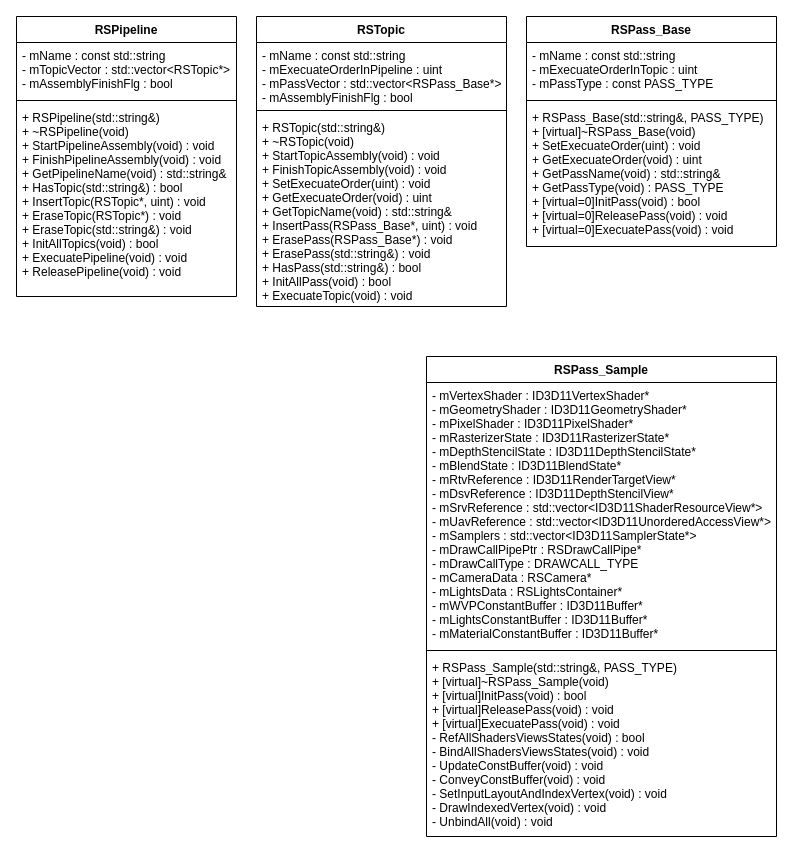
Above: page "Pipeline" (5 of 5) of Render.drawio in HIBICUS-CAI/PreWorkRenderEngine (draw.io), before the change. Source tidied: cells renumbered, new cells numbered last; positions are measured from the earlier drawing's top-left corner, leaving out a move shared by most shapes. Both pictures are drawn from the tidied source at 100%, with x=0, y=0 at pixel (16, 16).
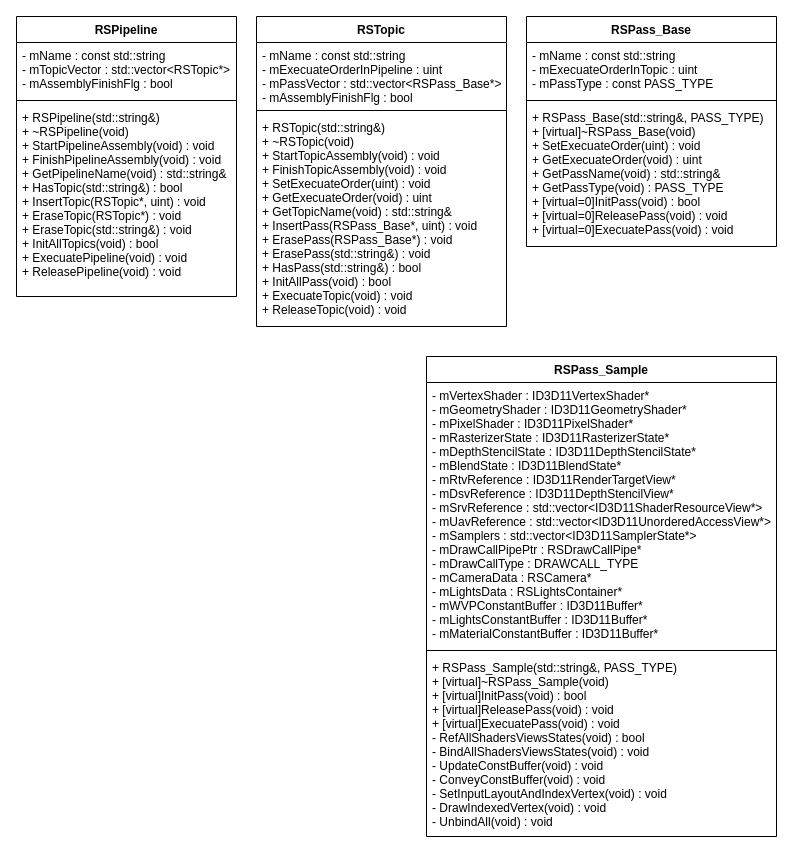
After the change.

The edit, as a diff of the source:
```diff
@@
 <mxGraphModel>
   <root>
     <mxCell id="0" />
     <mxCell id="1" parent="0" />
     <mxCell id="2" value="RSPipeline" style="swimlane;fontStyle=1;align=center;verticalAlign=top;horizontal=1;startSize=26;" parent="1" vertex="1">
       <mxGeometry width="220" height="280" as="geometry" />
     </mxCell>
     <mxCell id="3" value="- mName : const std::string&#10;- mTopicVector : std::vector&lt;RSTopic*&gt;&#10;- mAssemblyFinishFlg : bool" style="text;strokeColor=none;fillColor=none;align=left;verticalAlign=top;spacingLeft=4;spacingRight=4;overflow=hidden;" parent="2" vertex="1">
       <mxGeometry y="26" width="220" height="54" as="geometry" />
     </mxCell>
     <mxCell id="4" style="line;strokeWidth=1;fillColor=none;align=left;verticalAlign=middle;spacingTop=-1;spacingLeft=3;spacingRight=3;labelPosition=right;" parent="2" vertex="1">
       <mxGeometry y="80" width="220" height="8" as="geometry" />
     </mxCell>
     <mxCell id="5" value="+ RSPipeline(std::string&amp;)&#10;+ ~RSPipeline(void)&#10;+ StartPipelineAssembly(void) : void&#10;+ FinishPipelineAssembly(void) : void&#10;+ GetPipelineName(void) : std::string&amp;&#10;+ HasTopic(std::string&amp;) : bool&#10;+ InsertTopic(RSTopic*, uint) : void&#10;+ EraseTopic(RSTopic*) : void&#10;+ EraseTopic(std::string&amp;) : void&#10;+ InitAllTopics(void) : bool&#10;+ ExecuatePipeline(void) : void&#10;+ ReleasePipeline(void) : void" style="text;strokeColor=none;fillColor=none;align=left;verticalAlign=top;spacingLeft=4;spacingRight=4;overflow=hidden;" parent="2" vertex="1">
       <mxGeometry y="88" width="220" height="192" as="geometry" />
     </mxCell>
     <mxCell id="6" value="RSTopic" style="swimlane;fontStyle=1;align=center;verticalAlign=top;horizontal=1;startSize=26;" parent="1" vertex="1">
-      <mxGeometry x="240" width="250" height="290" as="geometry" />
+      <mxGeometry x="240" width="250" height="310" as="geometry" />
     </mxCell>
     <mxCell id="7" value="- mName : const std::string&#10;- mExecuateOrderInPipeline : uint&#10;- mPassVector : std::vector&lt;RSPass_Base*&gt;&#10;- mAssemblyFinishFlg : bool" style="text;strokeColor=none;fillColor=none;align=left;verticalAlign=top;spacingLeft=4;spacingRight=4;overflow=hidden;" parent="6" vertex="1">
       <mxGeometry y="26" width="250" height="64" as="geometry" />
     </mxCell>
     <mxCell id="8" style="line;strokeWidth=1;fillColor=none;align=left;verticalAlign=middle;spacingTop=-1;spacingLeft=3;spacingRight=3;labelPosition=right;" parent="6" vertex="1">
       <mxGeometry y="90" width="250" height="8" as="geometry" />
     </mxCell>
-    <mxCell id="9" value="+ RSTopic(std::string&amp;)&#10;+ ~RSTopic(void)&#10;+ StartTopicAssembly(void) : void&#10;+ FinishTopicAssembly(void) : void&#10;+ SetExecuateOrder(uint) : void&#10;+ GetExecuateOrder(void) : uint&#10;+ GetTopicName(void) : std::string&amp;&#10;+ InsertPass(RSPass_Base*, uint) : void&#10;+ ErasePass(RSPass_Base*) : void&#10;+ ErasePass(std::string&amp;) : void&#10;+ HasPass(std::string&amp;) : bool&#10;+ InitAllPass(void) : bool&#10;+ ExecuateTopic(void) : void" style="text;strokeColor=none;fillColor=none;align=left;verticalAlign=top;spacingLeft=4;spacingRight=4;overflow=hidden;" parent="6" vertex="1">
-      <mxGeometry y="98" width="250" height="192" as="geometry" />
+    <mxCell id="9" value="+ RSTopic(std::string&amp;)&#10;+ ~RSTopic(void)&#10;+ StartTopicAssembly(void) : void&#10;+ FinishTopicAssembly(void) : void&#10;+ SetExecuateOrder(uint) : void&#10;+ GetExecuateOrder(void) : uint&#10;+ GetTopicName(void) : std::string&amp;&#10;+ InsertPass(RSPass_Base*, uint) : void&#10;+ ErasePass(RSPass_Base*) : void&#10;+ ErasePass(std::string&amp;) : void&#10;+ HasPass(std::string&amp;) : bool&#10;+ InitAllPass(void) : bool&#10;+ ExecuateTopic(void) : void&#10;+ ReleaseTopic(void) : void" style="text;strokeColor=none;fillColor=none;align=left;verticalAlign=top;spacingLeft=4;spacingRight=4;overflow=hidden;" parent="6" vertex="1">
+      <mxGeometry y="98" width="250" height="212" as="geometry" />
     </mxCell>
     <mxCell id="10" value="RSPass_Base" style="swimlane;fontStyle=1;align=center;verticalAlign=top;horizontal=1;startSize=26;" parent="1" vertex="1">
       <mxGeometry x="510" width="250" height="230" as="geometry" />
     </mxCell>
     <mxCell id="11" value="- mName : const std::string&#10;- mExecuateOrderInTopic : uint&#10;- mPassType : const PASS_TYPE" style="text;strokeColor=none;fillColor=none;align=left;verticalAlign=top;spacingLeft=4;spacingRight=4;overflow=hidden;" parent="10" vertex="1">
       <mxGeometry y="26" width="250" height="54" as="geometry" />
     </mxCell>
     <mxCell id="12" style="line;strokeWidth=1;fillColor=none;align=left;verticalAlign=middle;spacingTop=-1;spacingLeft=3;spacingRight=3;labelPosition=right;" parent="10" vertex="1">
       <mxGeometry y="80" width="250" height="8" as="geometry" />
     </mxCell>
     <mxCell id="13" value="+ RSPass_Base(std::string&amp;, PASS_TYPE)&#10;+ [virtual]~RSPass_Base(void)&#10;+ SetExecuateOrder(uint) : void&#10;+ GetExecuateOrder(void) : uint&#10;+ GetPassName(void) : std::string&amp;&#10;+ GetPassType(void) : PASS_TYPE&#10;+ [virtual=0]InitPass(void) : bool&#10;+ [virtual=0]ReleasePass(void) : void&#10;+ [virtual=0]ExecuatePass(void) : void" style="text;strokeColor=none;fillColor=none;align=left;verticalAlign=top;spacingLeft=4;spacingRight=4;overflow=hidden;" parent="10" vertex="1">
       <mxGeometry y="88" width="250" height="142" as="geometry" />
     </mxCell>
     <mxCell id="14" value="RSPass_Sample" style="swimlane;fontStyle=1;align=center;verticalAlign=top;horizontal=1;startSize=26;" parent="1" vertex="1">
       <mxGeometry x="410" y="340" width="350" height="480" as="geometry" />
     </mxCell>
     <mxCell id="15" value="- mVertexShader : ID3D11VertexShader*&#10;- mGeometryShader : ID3D11GeometryShader*&#10;- mPixelShader : ID3D11PixelShader*&#10;- mRasterizerState : ID3D11RasterizerState*&#10;- mDepthStencilState : ID3D11DepthStencilState*&#10;- mBlendState : ID3D11BlendState*&#10;- mRtvReference : ID3D11RenderTargetView*&#10;- mDsvReference : ID3D11DepthStencilView*&#10;- mSrvReference : std::vector&lt;ID3D11ShaderResourceView*&gt;&#10;- mUavReference : std::vector&lt;ID3D11UnorderedAccessView*&gt;&#10;- mSamplers : std::vector&lt;ID3D11SamplerState*&gt;&#10;- mDrawCallPipePtr : RSDrawCallPipe*&#10;- mDrawCallType : DRAWCALL_TYPE&#10;- mCameraData : RSCamera*&#10;- mLightsData : RSLightsContainer*&#10;- mWVPConstantBuffer : ID3D11Buffer*&#10;- mLightsConstantBuffer : ID3D11Buffer*&#10;- mMaterialConstantBuffer : ID3D11Buffer*" style="text;strokeColor=none;fillColor=none;align=left;verticalAlign=top;spacingLeft=4;spacingRight=4;overflow=hidden;" parent="14" vertex="1">
       <mxGeometry y="26" width="350" height="264" as="geometry" />
     </mxCell>
     <mxCell id="16" style="line;strokeWidth=1;fillColor=none;align=left;verticalAlign=middle;spacingTop=-1;spacingLeft=3;spacingRight=3;labelPosition=right;" parent="14" vertex="1">
       <mxGeometry y="290" width="350" height="8" as="geometry" />
     </mxCell>
     <mxCell id="17" value="+ RSPass_Sample(std::string&amp;, PASS_TYPE)&#10;+ [virtual]~RSPass_Sample(void)&#10;+ [virtual]InitPass(void) : bool&#10;+ [virtual]ReleasePass(void) : void&#10;+ [virtual]ExecuatePass(void) : void&#10;- RefAllShadersViewsStates(void) : bool&#10;- BindAllShadersViewsStates(void) : void&#10;- UpdateConstBuffer(void) : void&#10;- ConveyConstBuffer(void) : void&#10;- SetInputLayoutAndIndexVertex(void) : void&#10;- DrawIndexedVertex(void) : void&#10;- UnbindAll(void) : void" style="text;strokeColor=none;fillColor=none;align=left;verticalAlign=top;spacingLeft=4;spacingRight=4;overflow=hidden;" parent="14" vertex="1">
       <mxGeometry y="298" width="350" height="182" as="geometry" />
     </mxCell>
   </root>
 </mxGraphModel>
```
